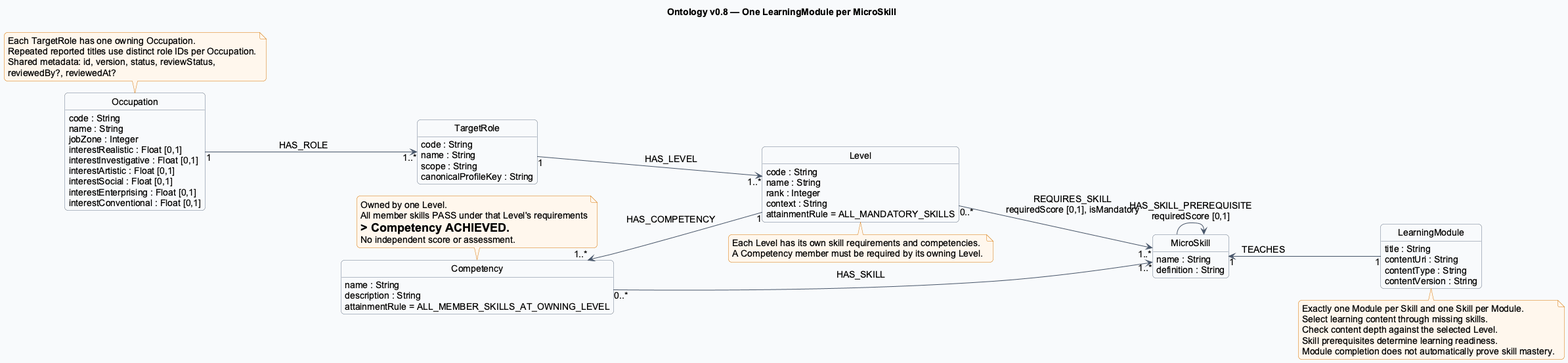
The PlantUML diagram documents/diagrams/neo4j.png in SEP490-Fall-2026-GFA26SE64/SEP490, before a commit. Its diagram source:
```plantuml
@startuml
!pragma layout smetana
left to right direction
hide empty members
hide circle
skinparam shadowing false
skinparam roundcorner 10
skinparam classAttributeIconSize 0
skinparam backgroundColor #F8FAFC
skinparam classBackgroundColor #FFFFFF
skinparam classBorderColor #64748B
skinparam ArrowColor #475569
skinparam noteBackgroundColor #FFF7ED
skinparam noteBorderColor #D97706
skinparam defaultFontName Arial
skinparam defaultFontSize 14
title Ontology v0.8 — One LearningModule per MicroSkill
class Occupation {
 code : String
 name : String
 jobZone : Integer
 interestRealistic : Float [0,1]
 interestInvestigative : Float [0,1]
 interestArtistic : Float [0,1]
 interestSocial : Float [0,1]
 interestEnterprising : Float [0,1]
 interestConventional : Float [0,1]
}
class TargetRole {
 code : String
 name : String
 scope : String
 canonicalProfileKey : String
}
class Level {
 code : String
 name : String
 rank : Integer
 context : String
 attainmentRule = ALL_MANDATORY_SKILLS
}
class Competency {
 name : String
 description : String
 attainmentRule = ALL_MEMBER_SKILLS_AT_OWNING_LEVEL
}
class MicroSkill {
 name : String
 definition : String
}
class LearningModule {
 title : String
 contentUri : String
 contentType : String
 contentVersion : String
}
Occupation "1" --> "1..*" TargetRole : HAS_ROLE
TargetRole "1" --> "1..*" Level : HAS_LEVEL
Level "1" -up-> "1..*" Competency : HAS_COMPETENCY
Competency "0..*" --> "1..*" MicroSkill : HAS_SKILL
Level "0..*" --> "1..*" MicroSkill : REQUIRES_SKILL\nrequiredScore [0,1], isMandatory
LearningModule "1" -up-> "1" MicroSkill : TEACHES
MicroSkill --> MicroSkill : HAS_SKILL_PREREQUISITE\nrequiredScore [0,1]
note top of Competency
Owned by one Level.
All member skills PASS under that Level's requirements
=> Competency ACHIEVED.
No independent score or assessment.
end note
note bottom of Level
Each Level has its own skill requirements and competencies.
A Competency member must be required by its owning Level.
end note
note bottom of LearningModule
Exactly one Module per Skill and one Skill per Module.
Select learning content through missing skills.
Check content depth against the selected Level.
Skill prerequisites determine learning readiness.
Module completion does not automatically prove skill mastery.
end note
note top of Occupation
Each TargetRole has one owning Occupation.
Repeated reported titles use distinct role IDs per Occupation.
Shared metadata: id, version, status, reviewStatus,
reviewedBy?, reviewedAt?
end note
@enduml
```
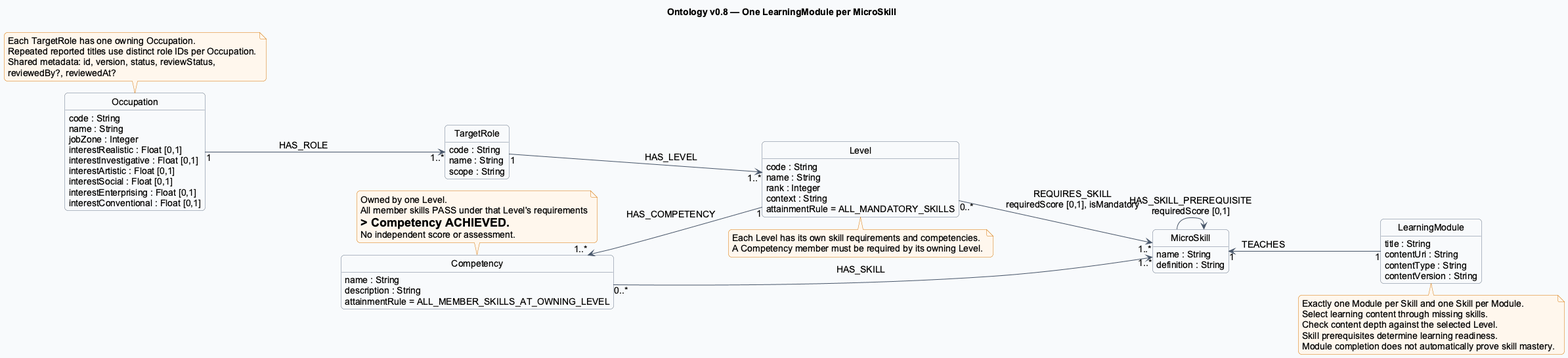
Later version of the same file.

The edit, as a diff of the source:
```diff
@@ -30,7 +30,6 @@
  code : String
  name : String
  scope : String
- canonicalProfileKey : String
 }
 class Level {
  code : String
```
